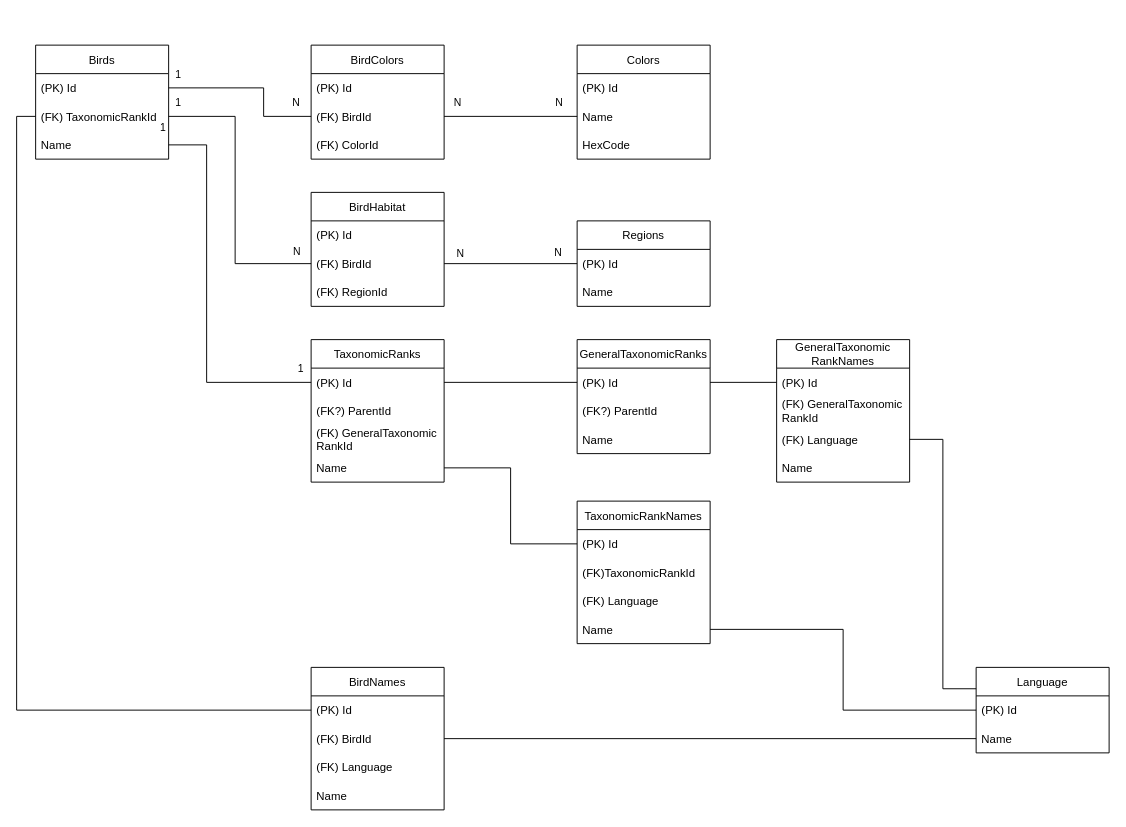
Above: Woodnote - Diagrams/Woodnote DB Scheme.drawio in capsSadSack/Woodnote (draw.io), before the change. Source tidied: cells renumbered, new cells numbered last; positions are measured from the earlier drawing's top-left corner, leaving out a move shared by most shapes. Both pictures are drawn from the tidied source at 95%, with x=0, y=0 at pixel (35, 45).
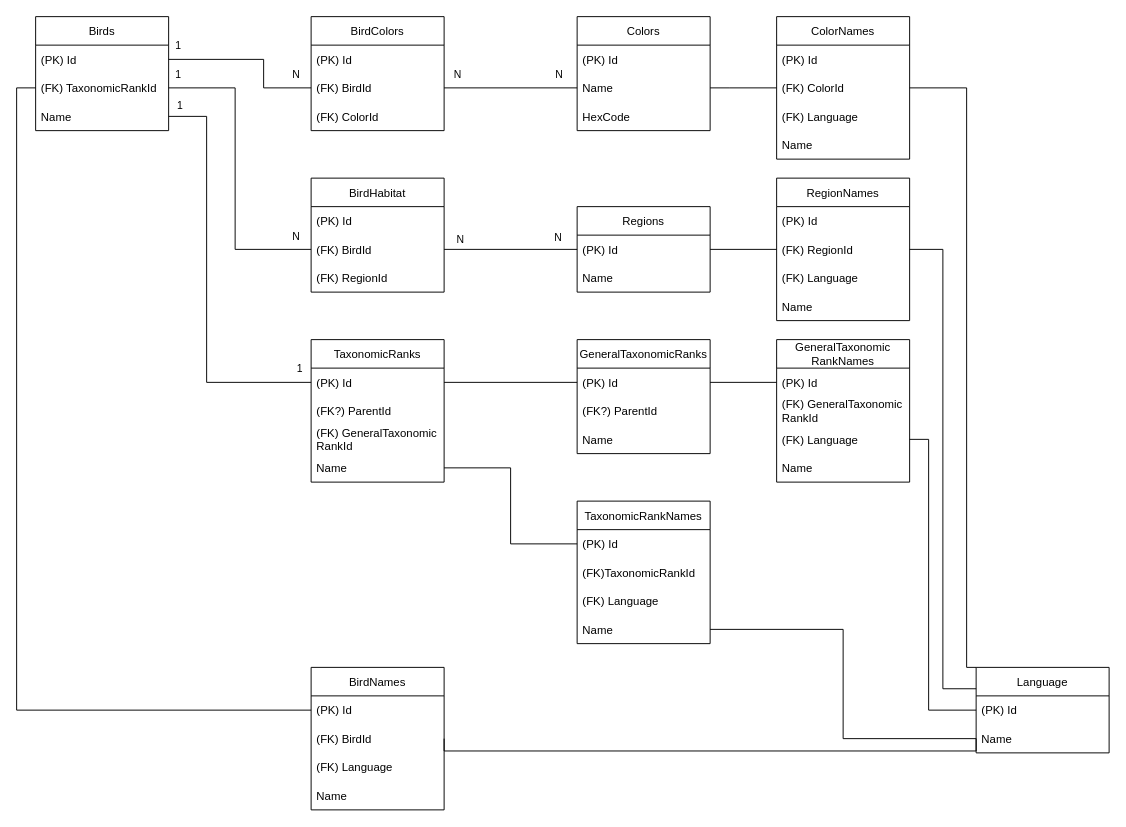
Above is the later version.

Commit message:
Woodnote DB Scheme update

New tables: ColorNames, RegionNames

The change refers to these unchanged cells:
```xml
<mxCell id="4" value="Name" style="text;strokeColor=none;fillColor=none;align=left;verticalAlign=middle;spacingLeft=4;spacingRight=4;overflow=hidden;points=[[0,0.5],[1,0.5]];portConstraint=eastwest;" parent="2" vertex="1">
  <mxGeometry y="60" width="140" height="30" as="geometry" />
</mxCell>
<mxCell id="7" value="(PK) Id" style="text;strokeColor=none;fillColor=none;align=left;verticalAlign=middle;spacingLeft=4;spacingRight=4;overflow=hidden;points=[[0,0.5],[1,0.5]];portConstraint=eastwest;" parent="6" vertex="1">
  <mxGeometry y="30" width="140" height="30" as="geometry" />
</mxCell>
<mxCell id="10" value="(PK) Id" style="text;strokeColor=none;fillColor=none;align=left;verticalAlign=middle;spacingLeft=4;spacingRight=4;overflow=hidden;points=[[0,0.5],[1,0.5]];portConstraint=eastwest;" parent="9" vertex="1">
  <mxGeometry y="30" width="140" height="30" as="geometry" />
</mxCell>
<mxCell id="15" value="(PK) Id    " style="text;strokeColor=none;fillColor=none;align=left;verticalAlign=middle;spacingLeft=4;spacingRight=4;overflow=hidden;points=[[0,0.5],[1,0.5]];portConstraint=eastwest;" parent="14" vertex="1">
  <mxGeometry y="30" width="140" height="30" as="geometry" />
</mxCell>
<mxCell id="17" value="Name" style="text;strokeColor=none;fillColor=none;align=left;verticalAlign=middle;spacingLeft=4;spacingRight=4;overflow=hidden;points=[[0,0.5],[1,0.5]];portConstraint=eastwest;" parent="14" vertex="1">
  <mxGeometry y="90" width="140" height="30" as="geometry" />
</mxCell>
<mxCell id="20" value="(FK) BirdId" style="text;strokeColor=none;fillColor=none;align=left;verticalAlign=middle;spacingLeft=4;spacingRight=4;overflow=hidden;points=[[0,0.5],[1,0.5]];portConstraint=eastwest;" parent="18" vertex="1">
  <mxGeometry y="60" width="140" height="30" as="geometry" />
</mxCell>
<mxCell id="36" value="(FK) BirdId" style="text;strokeColor=none;fillColor=none;align=left;verticalAlign=middle;spacingLeft=4;spacingRight=4;overflow=hidden;points=[[0,0.5],[1,0.5]];portConstraint=eastwest;" parent="34" vertex="1">
  <mxGeometry y="60" width="140" height="30" as="geometry" />
</mxCell>
<mxCell id="41" value="Language" style="swimlane;fontStyle=0;horizontal=1;startSize=30;" parent="1" vertex="1">
  <mxGeometry x="990" y="655" width="140" height="90" as="geometry" />
</mxCell>
<mxCell id="42" value="(PK) Id" style="text;strokeColor=none;fillColor=none;align=left;verticalAlign=middle;spacingLeft=4;spacingRight=4;overflow=hidden;points=[[0,0.5],[1,0.5]];portConstraint=eastwest;" parent="41" vertex="1">
  <mxGeometry y="30" width="140" height="30" as="geometry" />
</mxCell>
<mxCell id="43" value="Name" style="text;strokeColor=none;fillColor=none;align=left;verticalAlign=middle;spacingLeft=4;spacingRight=4;overflow=hidden;points=[[0,0.5],[1,0.5]];portConstraint=eastwest;" parent="41" vertex="1">
  <mxGeometry y="60" width="140" height="30" as="geometry" />
</mxCell>
<mxCell id="46" value="(FK) BirdId" style="text;strokeColor=none;fillColor=none;align=left;verticalAlign=middle;spacingLeft=4;spacingRight=4;overflow=hidden;points=[[0,0.5],[1,0.5]];portConstraint=eastwest;" parent="44" vertex="1">
  <mxGeometry y="60" width="140" height="30" as="geometry" />
</mxCell>
<mxCell id="59" value="Name" style="text;strokeColor=none;fillColor=none;align=left;verticalAlign=middle;spacingLeft=4;spacingRight=4;overflow=hidden;points=[[0,0.5],[1,0.5]];portConstraint=eastwest;" parent="55" vertex="1">
  <mxGeometry y="120" width="140" height="30" as="geometry" />
</mxCell>
<mxCell id="63" value="(FK) Language" style="text;strokeColor=none;fillColor=none;align=left;verticalAlign=middle;spacingLeft=4;spacingRight=4;overflow=hidden;points=[[0,0.5],[1,0.5]];portConstraint=eastwest;" parent="60" vertex="1">
  <mxGeometry y="90" width="140" height="30" as="geometry" />
</mxCell>
```

What changed in the source:
```diff
@@
     <mxCell id="2" value="Colors" style="swimlane;fontStyle=0;horizontal=1;startSize=30;" parent="1" vertex="1">
-      <mxGeometry x="570" width="140" height="120" as="geometry" />
+      <mxGeometry x="570" y="-30" width="140" height="120" as="geometry" />
     </mxCell>
@@
     <mxCell id="6" value="Regions" style="swimlane;fontStyle=0;horizontal=1;startSize=30;" parent="1" vertex="1">
-      <mxGeometry x="570" y="185" width="140" height="90" as="geometry" />
+      <mxGeometry x="570" y="170" width="140" height="90" as="geometry" />
     </mxCell>
@@
     <mxCell id="14" value="Birds" style="swimlane;fontStyle=0;horizontal=1;startSize=30;" parent="1" vertex="1">
-      <mxGeometry width="140" height="120" as="geometry" />
+      <mxGeometry y="-30" width="140" height="120" as="geometry" />
     </mxCell>
@@
     <mxCell id="18" value="BirdColors" style="swimlane;fontStyle=0;horizontal=1;startSize=30;" parent="1" vertex="1">
-      <mxGeometry x="290" width="140" height="120" as="geometry" />
+      <mxGeometry x="290" y="-30" width="140" height="120" as="geometry" />
     </mxCell>
@@
     <mxCell id="22" style="edgeStyle=orthogonalEdgeStyle;rounded=0;jettySize=auto;html=1;exitX=0;exitY=0.5;exitDx=0;exitDy=0;entryX=1;entryY=0.5;entryDx=0;entryDy=0;endArrow=none;endFill=0;" parent="1" edge="1" source="20" target="15">
       <mxGeometry relative="1" as="geometry">
         <Array as="points">
-          <mxPoint x="240" y="75" />
           <mxPoint x="240" y="45" />
+          <mxPoint x="240" y="15" />
         </Array>
       </mxGeometry>
     </mxCell>
@@
     <mxCell id="28" style="edgeStyle=orthogonalEdgeStyle;rounded=0;jettySize=auto;html=1;exitX=1;exitY=0.5;exitDx=0;exitDy=0;endArrow=none;endFill=0;entryX=0;entryY=0.5;entryDx=0;entryDy=0;" parent="1" edge="1" target="36">
       <mxGeometry relative="1" as="geometry">
-        <mxPoint x="140" y="75" as="sourcePoint" />
+        <mxPoint x="140" y="45" as="sourcePoint" />
         <Array as="points">
-          <mxPoint x="210" y="75" />
-          <mxPoint x="210" y="230" />
+          <mxPoint x="210" y="45" />
+          <mxPoint x="210" y="215" />
         </Array>
       </mxGeometry>
     </mxCell>
@@
     <mxCell id="31" style="edgeStyle=orthogonalEdgeStyle;rounded=0;jettySize=auto;html=1;exitX=1;exitY=0.5;exitDx=0;exitDy=0;entryX=0;entryY=0.5;entryDx=0;entryDy=0;endArrow=none;endFill=0;" parent="1" edge="1" source="17" target="10">
       <mxGeometry relative="1" as="geometry">
         <Array as="points">
-          <mxPoint x="180" y="105" />
+          <mxPoint x="180" y="75" />
           <mxPoint x="180" y="355" />
         </Array>
       </mxGeometry>
     </mxCell>
     <mxCell id="32" value="1" style="edgeLabel;html=1;align=center;verticalAlign=middle;" parent="31" vertex="1">
       <mxGeometry x="-0.87" y="2" relative="1" as="geometry">
-        <mxPoint x="-33" y="-17" as="offset" />
+        <mxPoint x="-17" y="-10" as="offset" />
       </mxGeometry>
     </mxCell>
@@
     <mxCell id="34" value="BirdHabitat" style="swimlane;fontStyle=0;horizontal=1;startSize=30;" parent="1" vertex="1">
-      <mxGeometry x="290" y="155" width="140" height="120" as="geometry" />
+      <mxGeometry x="290" y="140" width="140" height="120" as="geometry" />
     </mxCell>
@@
-    <mxCell id="50" style="edgeStyle=orthogonalEdgeStyle;rounded=0;jettySize=auto;html=1;exitX=0;exitY=0.5;exitDx=0;exitDy=0;entryX=1;entryY=0.5;entryDx=0;entryDy=0;endArrow=none;endFill=0;" parent="1" edge="1" source="43" target="46">
-      <mxGeometry relative="1" as="geometry" />
+    <mxCell id="50" style="edgeStyle=orthogonalEdgeStyle;rounded=0;jettySize=auto;html=1;entryX=1;entryY=0.5;entryDx=0;entryDy=0;endArrow=none;endFill=0;exitX=0;exitY=0.5;exitDx=0;exitDy=0;" parent="1" edge="1" source="43" target="46">
+      <mxGeometry relative="1" as="geometry">
+        <Array as="points">
+          <mxPoint x="990" y="743" />
+          <mxPoint x="430" y="743" />
+        </Array>
+      </mxGeometry>
     </mxCell>
@@
-    <mxCell id="65" style="edgeStyle=orthogonalEdgeStyle;rounded=0;jettySize=auto;html=1;exitX=1;exitY=0.5;exitDx=0;exitDy=0;entryX=0;entryY=0.25;entryDx=0;entryDy=0;endArrow=none;endFill=0;" parent="1" edge="1" source="63" target="41">
-      <mxGeometry relative="1" as="geometry" />
+    <mxCell id="65" style="edgeStyle=orthogonalEdgeStyle;rounded=0;jettySize=auto;html=1;exitX=1;exitY=0.5;exitDx=0;exitDy=0;entryX=0;entryY=0.5;entryDx=0;entryDy=0;endArrow=none;endFill=0;" parent="1" edge="1" source="63" target="42">
+      <mxGeometry relative="1" as="geometry">
+        <Array as="points">
+          <mxPoint x="940" y="415" />
+          <mxPoint x="940" y="700" />
+        </Array>
+      </mxGeometry>
     </mxCell>
-    <mxCell id="66" style="edgeStyle=orthogonalEdgeStyle;rounded=0;jettySize=auto;html=1;exitX=1;exitY=0.5;exitDx=0;exitDy=0;entryX=0;entryY=0.5;entryDx=0;entryDy=0;endArrow=none;endFill=0;" parent="1" edge="1" source="59" target="42">
+    <mxCell id="66" style="edgeStyle=orthogonalEdgeStyle;rounded=0;jettySize=auto;html=1;exitX=1;exitY=0.5;exitDx=0;exitDy=0;entryX=0;entryY=0.5;entryDx=0;entryDy=0;endArrow=none;endFill=0;" parent="1" edge="1" source="59" target="43">
       <mxGeometry relative="1" as="geometry" />
     </mxCell>
@@
+    <mxCell id="70" value="ColorNames" style="swimlane;fontStyle=0;horizontal=1;startSize=30;" parent="1" vertex="1">
+      <mxGeometry x="780" y="-30" width="140" height="150" as="geometry" />
+    </mxCell>
+    <mxCell id="71" value="(PK) Id" style="text;strokeColor=none;fillColor=none;align=left;verticalAlign=middle;spacingLeft=4;spacingRight=4;overflow=hidden;" parent="70" vertex="1">
+      <mxGeometry y="30" width="140" height="30" as="geometry" />
+    </mxCell>
+    <mxCell id="72" value="(FK) ColorId" style="text;strokeColor=none;fillColor=none;align=left;verticalAlign=middle;spacingLeft=4;spacingRight=4;overflow=hidden;points=[[0,0.5],[1,0.5]];portConstraint=eastwest;" parent="70" vertex="1">
+      <mxGeometry y="60" width="140" height="30" as="geometry" />
+    </mxCell>
+    <mxCell id="73" value="(FK) Language" style="text;strokeColor=none;fillColor=none;align=left;verticalAlign=middle;spacingLeft=4;spacingRight=4;overflow=hidden;" parent="70" vertex="1">
+      <mxGeometry y="90" width="140" height="30" as="geometry" />
+    </mxCell>
+    <mxCell id="74" value="Name" style="text;strokeColor=none;fillColor=none;align=left;verticalAlign=middle;spacingLeft=4;spacingRight=4;overflow=hidden;" parent="70" vertex="1">
+      <mxGeometry y="120" width="140" height="30" as="geometry" />
+    </mxCell>
+    <mxCell id="75" style="edgeStyle=orthogonalEdgeStyle;rounded=0;jettySize=auto;html=1;exitX=1;exitY=0.5;exitDx=0;exitDy=0;entryX=0;entryY=0.5;entryDx=0;entryDy=0;endArrow=none;endFill=0;" parent="1" edge="1" source="4" target="72">
+      <mxGeometry relative="1" as="geometry">
+        <Array as="points">
+          <mxPoint x="730" y="45" />
+          <mxPoint x="730" y="45" />
+        </Array>
+      </mxGeometry>
+    </mxCell>
+    <mxCell id="76" style="edgeStyle=orthogonalEdgeStyle;rounded=0;jettySize=auto;html=1;exitX=1;exitY=0.5;exitDx=0;exitDy=0;entryX=0;entryY=0;entryDx=0;entryDy=0;endArrow=none;endFill=0;" parent="1" edge="1" source="72" target="41">
+      <mxGeometry relative="1" as="geometry">
+        <Array as="points">
+          <mxPoint x="980" y="45" />
+          <mxPoint x="980" y="655" />
+        </Array>
+      </mxGeometry>
+    </mxCell>
+    <mxCell id="77" value="RegionNames" style="swimlane;fontStyle=0;horizontal=1;startSize=30;" parent="1" vertex="1">
+      <mxGeometry x="780" y="140" width="140" height="150" as="geometry" />
+    </mxCell>
+    <mxCell id="78" value="(PK) Id" style="text;strokeColor=none;fillColor=none;align=left;verticalAlign=middle;spacingLeft=4;spacingRight=4;overflow=hidden;" parent="77" vertex="1">
+      <mxGeometry y="30" width="140" height="30" as="geometry" />
+    </mxCell>
+    <mxCell id="79" value="(FK) RegionId" style="text;strokeColor=none;fillColor=none;align=left;verticalAlign=middle;spacingLeft=4;spacingRight=4;overflow=hidden;points=[[0,0.5],[1,0.5]];portConstraint=eastwest;" parent="77" vertex="1">
+      <mxGeometry y="60" width="140" height="30" as="geometry" />
+    </mxCell>
+    <mxCell id="80" value="(FK) Language" style="text;strokeColor=none;fillColor=none;align=left;verticalAlign=middle;spacingLeft=4;spacingRight=4;overflow=hidden;" parent="77" vertex="1">
+      <mxGeometry y="90" width="140" height="30" as="geometry" />
+    </mxCell>
+    <mxCell id="81" value="Name" style="text;strokeColor=none;fillColor=none;align=left;verticalAlign=middle;spacingLeft=4;spacingRight=4;overflow=hidden;" parent="77" vertex="1">
+      <mxGeometry y="120" width="140" height="30" as="geometry" />
+    </mxCell>
+    <mxCell id="82" style="edgeStyle=orthogonalEdgeStyle;rounded=0;jettySize=auto;html=1;exitX=1;exitY=0.5;exitDx=0;exitDy=0;entryX=0;entryY=0.5;entryDx=0;entryDy=0;endArrow=none;endFill=0;" parent="1" edge="1" source="7" target="79">
+      <mxGeometry relative="1" as="geometry" />
+    </mxCell>
+    <mxCell id="83" style="edgeStyle=orthogonalEdgeStyle;rounded=0;jettySize=auto;html=1;exitX=1;exitY=0.5;exitDx=0;exitDy=0;entryX=0;entryY=0.25;entryDx=0;entryDy=0;endArrow=none;endFill=0;" parent="1" edge="1" source="79" target="41">
+      <mxGeometry relative="1" as="geometry" />
+    </mxCell>
```
